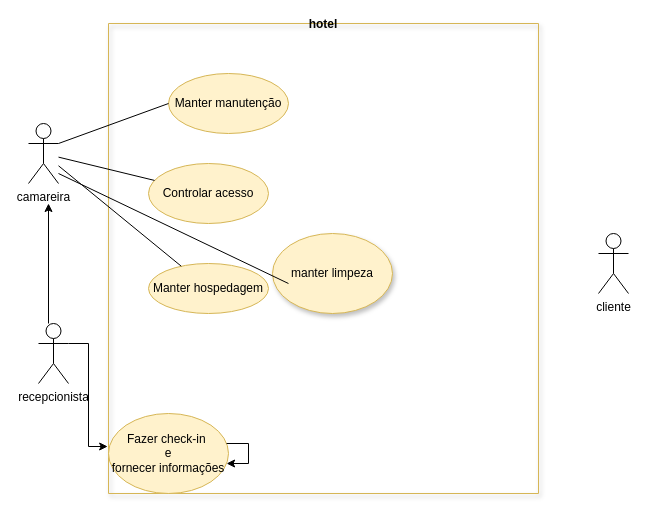
Before: page "Página-4" (4 of 5) of aula.drawio in arthursostenes/diagramaderequisitos, a draw.io diagram. Source tidied: cells renumbered, new cells numbered last; positions are measured from the earlier drawing's top-left corner, leaving out a move shared by most shapes. Both pictures are drawn from the tidied source at 100%, with x=0, y=0 at pixel (28, 23).
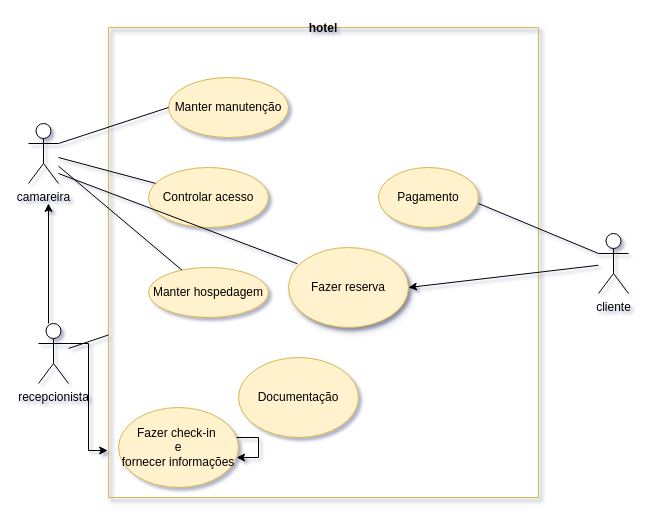
The same page after the edit.

The change refers to these unchanged cells:
```xml
<mxCell id="10" value="cliente" style="shape=umlActor;verticalLabelPosition=bottom;verticalAlign=top;html=1;outlineConnect=0;" parent="1" vertex="1">
  <mxGeometry x="570" y="210" width="30" height="60" as="geometry" />
</mxCell>
<mxCell id="12" value="recepcionista" style="shape=umlActor;verticalLabelPosition=bottom;verticalAlign=top;html=1;outlineConnect=0;" parent="1" vertex="1">
  <mxGeometry x="10" y="300" width="30" height="60" as="geometry" />
</mxCell>
```

What changed in the source:
```diff
@@
-<mxGraphModel>
+<mxGraphModel shadow="1">
@@
-    <mxCell id="3" value="hotel" style="swimlane;startSize=0;fillColor=#fff2cc;strokeColor=#d6b656;shadow=1;" parent="1" vertex="1">
-      <mxGeometry x="80" width="430" height="470" as="geometry" />
+    <mxCell id="3" value="hotel" style="swimlane;startSize=0;fillColor=#fff2cc;strokeColor=#d6b656;shadow=1;glass=0;rounded=1;" parent="1" vertex="1">
+      <mxGeometry x="80" y="4" width="430" height="470" as="geometry" />
     </mxCell>
@@
-    <mxCell id="7" value="manter limpeza" style="ellipse;whiteSpace=wrap;html=1;fillColor=#fff2cc;strokeColor=#d6b656;shadow=1;" parent="3" vertex="1">
-      <mxGeometry x="164" y="210" width="120" height="80" as="geometry" />
+    <mxCell id="7" value="Fazer reserva" style="ellipse;whiteSpace=wrap;html=1;fillColor=#fff2cc;strokeColor=#d6b656;shadow=1;direction=west;" parent="3" vertex="1">
+      <mxGeometry x="180" y="220" width="120" height="80" as="geometry" />
     </mxCell>
     <mxCell id="8" value="Fazer check-in&amp;nbsp;&lt;div&gt;e&lt;/div&gt;&lt;div&gt;fornecer informações&lt;/div&gt;" style="ellipse;whiteSpace=wrap;html=1;fillColor=#fff2cc;strokeColor=#d6b656;" parent="3" vertex="1">
-      <mxGeometry y="390" width="120" height="80" as="geometry" />
+      <mxGeometry x="10" y="380" width="120" height="80" as="geometry" />
     </mxCell>
@@
+    <mxCell id="18" value="Documentação" style="ellipse;whiteSpace=wrap;html=1;fillColor=#fff2cc;strokeColor=#d6b656;" parent="3" vertex="1">
+      <mxGeometry x="130" y="330" width="120" height="80" as="geometry" />
+    </mxCell>
+    <mxCell id="19" value="Pagamento" style="ellipse;whiteSpace=wrap;html=1;fillColor=#fff2cc;strokeColor=#d6b656;" parent="3" vertex="1">
+      <mxGeometry x="270" y="140" width="100" height="60" as="geometry" />
+    </mxCell>
+    <mxCell id="20" style="endArrow=none;html=1;rounded=0;entryX=0;entryY=0.3333333333333333;entryDx=0;entryDy=0;entryPerimeter=0;" parent="3" edge="1" target="10">
+      <mxGeometry relative="1" as="geometry">
+        <mxPoint x="370" y="176" as="sourcePoint" />
+      </mxGeometry>
+    </mxCell>
@@
-    <mxCell id="16" style="endArrow=none;html=1;rounded=0;entryX=0.133;entryY=0.625;entryDx=0;entryDy=0;entryPerimeter=0;" parent="1" edge="1" target="7">
+    <mxCell id="16" style="endArrow=none;html=1;rounded=0;entryX=0.926;entryY=0.797;entryDx=0;entryDy=0;entryPerimeter=0;" parent="1" edge="1" target="7">
       <mxGeometry relative="1" as="geometry">
         <mxPoint x="30" y="150" as="sourcePoint" />
       </mxGeometry>
     </mxCell>
@@
+    <mxCell id="21" style="endArrow=classic;html=1;rounded=0;entryX=0;entryY=0.5;entryDx=0;entryDy=0;" parent="1" edge="1" source="10" target="7">
+      <mxGeometry relative="1" as="geometry" />
+    </mxCell>
+    <mxCell id="22" style="endArrow=none;html=1;rounded=0;" parent="1" edge="1" source="3" target="12">
+      <mxGeometry relative="1" as="geometry" />
+    </mxCell>
```
